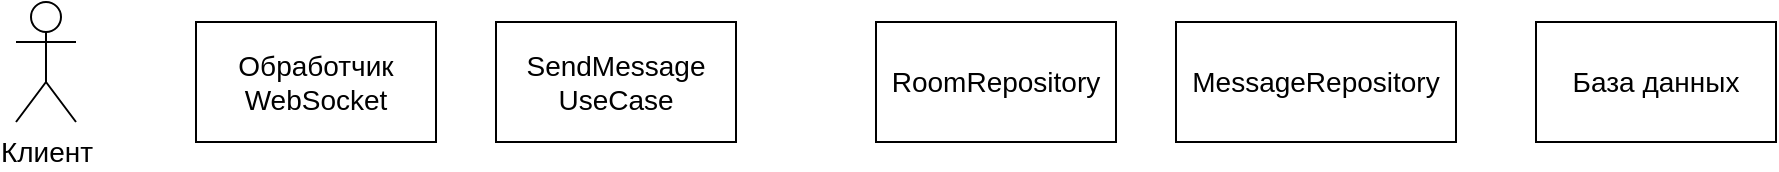
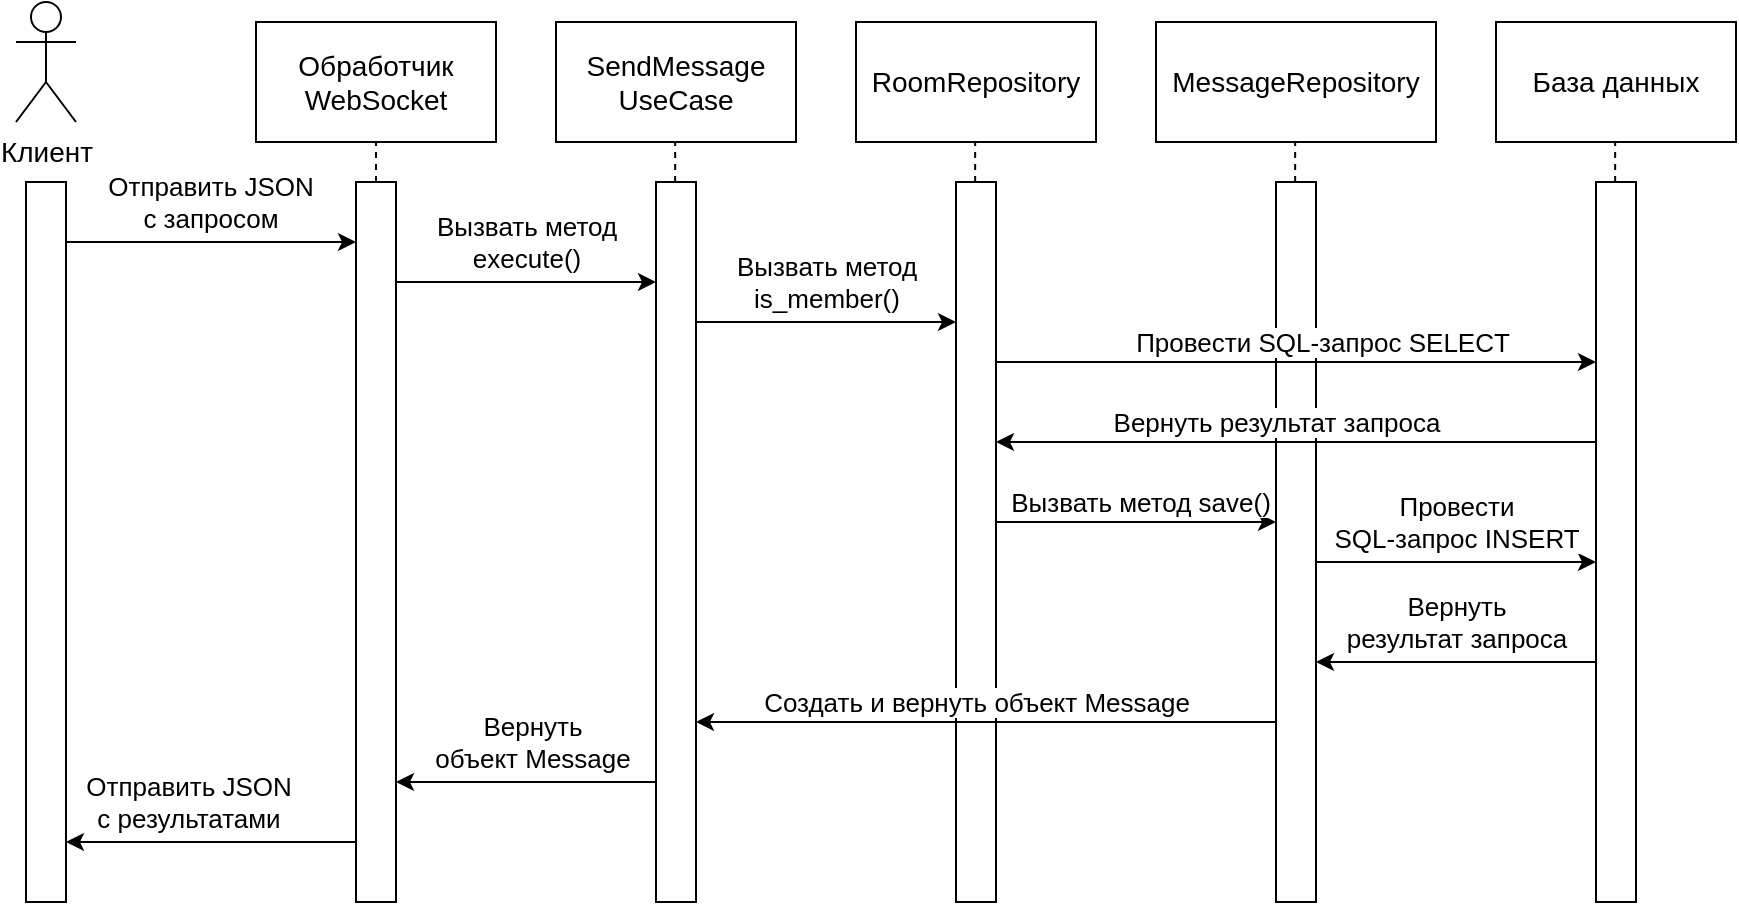
<mxfile host="app.diagrams.net">
  <diagram name="Страница-1" id="XbpNu5U6bqvW7mo9JYFq">
-     <mxGraphModel dx="1486" dy="1040" grid="1" gridSize="10" guides="1" tooltips="1" connect="1" arrows="1" fold="1" page="1" pageScale="1" pageWidth="827" pageHeight="1169" math="0" shadow="0">
+     <mxGraphModel dx="1238" dy="867" grid="1" gridSize="10" guides="1" tooltips="1" connect="1" arrows="1" fold="1" page="1" pageScale="1" pageWidth="827" pageHeight="1169" math="0" shadow="0">
      <root>
        <mxCell id="0" />
        <mxCell id="1" parent="0" />
        <mxCell id="d_I-7hrXXHyeHS2PV22l-1" parent="1" style="shape=umlActor;verticalLabelPosition=bottom;verticalAlign=top;html=1;outlineConnect=0;" value="&lt;font style=&quot;font-size: 14px;&quot;&gt;Клиент&lt;/font&gt;" vertex="1">
-           <mxGeometry height="60" width="30" x="100" y="70" as="geometry" />
+           <mxGeometry height="60" width="30" x="70" y="70" as="geometry" />
        </mxCell>
        <mxCell id="d_I-7hrXXHyeHS2PV22l-2" parent="1" style="rounded=0;whiteSpace=wrap;html=1;" value="&lt;font style=&quot;font-size: 14px;&quot;&gt;Обработчик WebSocket&lt;/font&gt;" vertex="1">
          <mxGeometry height="60" width="120" x="190" y="80" as="geometry" />
        </mxCell>
        <mxCell id="d_I-7hrXXHyeHS2PV22l-4" parent="1" style="rounded=0;whiteSpace=wrap;html=1;" value="&lt;font style=&quot;font-size: 14px;&quot;&gt;SendMessage UseCase&lt;/font&gt;" vertex="1">
          <mxGeometry height="60" width="120" x="340" y="80" as="geometry" />
        </mxCell>
        <mxCell id="d_I-7hrXXHyeHS2PV22l-5" parent="1" style="rounded=0;whiteSpace=wrap;html=1;" value="&lt;font style=&quot;font-size: 14px;&quot;&gt;RoomRepository&lt;/font&gt;" vertex="1">
-           <mxGeometry height="60" width="120" x="530" y="80" as="geometry" />
+           <mxGeometry height="60" width="120" x="490" y="80" as="geometry" />
        </mxCell>
        <mxCell id="d_I-7hrXXHyeHS2PV22l-7" parent="1" style="rounded=0;whiteSpace=wrap;html=1;" value="&lt;font style=&quot;font-size: 14px;&quot;&gt;MessageRepository&lt;/font&gt;" vertex="1">
-           <mxGeometry height="60" width="140" x="680" y="80" as="geometry" />
+           <mxGeometry height="60" width="140" x="640" y="80" as="geometry" />
        </mxCell>
        <mxCell id="d_I-7hrXXHyeHS2PV22l-8" parent="1" style="rounded=0;whiteSpace=wrap;html=1;" value="&lt;font style=&quot;font-size: 14px;&quot;&gt;База данных&lt;/font&gt;" vertex="1">
-           <mxGeometry height="60" width="120" x="860" y="80" as="geometry" />
+           <mxGeometry height="60" width="120" x="810" y="80" as="geometry" />
+         </mxCell>
+         <mxCell id="d_I-7hrXXHyeHS2PV22l-11" parent="1" style="rounded=0;whiteSpace=wrap;html=1;" value="" vertex="1">
+           <mxGeometry height="360" width="20" x="75" y="160" as="geometry" />
+         </mxCell>
+         <mxCell id="d_I-7hrXXHyeHS2PV22l-41" edge="1" parent="1" source="d_I-7hrXXHyeHS2PV22l-12" style="edgeStyle=orthogonalEdgeStyle;rounded=0;orthogonalLoop=1;jettySize=auto;html=1;exitX=0.5;exitY=0;exitDx=0;exitDy=0;entryX=0.5;entryY=1;entryDx=0;entryDy=0;endArrow=none;endFill=0;dashed=1;" target="d_I-7hrXXHyeHS2PV22l-2">
+           <mxGeometry relative="1" as="geometry" />
+         </mxCell>
+         <mxCell id="d_I-7hrXXHyeHS2PV22l-12" parent="1" style="rounded=0;whiteSpace=wrap;html=1;" value="" vertex="1">
+           <mxGeometry height="360" width="20" x="240" y="160" as="geometry" />
+         </mxCell>
+         <mxCell id="d_I-7hrXXHyeHS2PV22l-13" edge="1" parent="1" style="endArrow=classic;html=1;rounded=0;" value="">
+           <mxGeometry height="50" relative="1" width="50" as="geometry">
+             <mxPoint x="95" y="190" as="sourcePoint" />
+             <mxPoint x="240" y="190" as="targetPoint" />
+           </mxGeometry>
+         </mxCell>
+         <mxCell id="d_I-7hrXXHyeHS2PV22l-14" connectable="0" parent="d_I-7hrXXHyeHS2PV22l-13" style="edgeLabel;html=1;align=center;verticalAlign=middle;resizable=0;points=[];" value="&lt;font style=&quot;font-size: 13px;&quot;&gt;Отправить JSON&lt;/font&gt;&lt;div&gt;&lt;font style=&quot;font-size: 13px;&quot;&gt;с запросом&lt;/font&gt;&lt;/div&gt;" vertex="1">
+           <mxGeometry relative="1" x="0.1304" y="-4" as="geometry">
+             <mxPoint x="-10" y="-24" as="offset" />
+           </mxGeometry>
+         </mxCell>
+         <mxCell id="d_I-7hrXXHyeHS2PV22l-16" parent="1" style="rounded=0;whiteSpace=wrap;html=1;" value="" vertex="1">
+           <mxGeometry height="360" width="20" x="390" y="160" as="geometry" />
+         </mxCell>
+         <mxCell id="d_I-7hrXXHyeHS2PV22l-17" parent="1" style="rounded=0;whiteSpace=wrap;html=1;" value="" vertex="1">
+           <mxGeometry height="360" width="20" x="540" y="160" as="geometry" />
+         </mxCell>
+         <mxCell id="d_I-7hrXXHyeHS2PV22l-18" parent="1" style="rounded=0;whiteSpace=wrap;html=1;" value="" vertex="1">
+           <mxGeometry height="360" width="20" x="700" y="160" as="geometry" />
+         </mxCell>
+         <mxCell id="d_I-7hrXXHyeHS2PV22l-19" parent="1" style="rounded=0;whiteSpace=wrap;html=1;" value="" vertex="1">
+           <mxGeometry height="360" width="20" x="860" y="160" as="geometry" />
+         </mxCell>
+         <mxCell id="d_I-7hrXXHyeHS2PV22l-20" edge="1" parent="1" style="endArrow=classic;html=1;rounded=0;" value="">
+           <mxGeometry height="50" relative="1" width="50" as="geometry">
+             <mxPoint x="260" y="210" as="sourcePoint" />
+             <mxPoint x="390" y="210" as="targetPoint" />
+           </mxGeometry>
+         </mxCell>
+         <mxCell id="d_I-7hrXXHyeHS2PV22l-21" connectable="0" parent="d_I-7hrXXHyeHS2PV22l-20" style="edgeLabel;html=1;align=center;verticalAlign=middle;resizable=0;points=[];" value="&lt;font style=&quot;font-size: 13px;&quot;&gt;Вызвать&amp;nbsp;&lt;/font&gt;&lt;span style=&quot;font-size: 13px; background-color: light-dark(#ffffff, var(--ge-dark-color, #121212)); color: light-dark(rgb(0, 0, 0), rgb(255, 255, 255));&quot;&gt;метод&lt;/span&gt;&lt;div&gt;&lt;font style=&quot;font-size: 13px;&quot;&gt;execute()&lt;/font&gt;&lt;/div&gt;" vertex="1">
+           <mxGeometry relative="1" x="0.1304" y="-4" as="geometry">
+             <mxPoint x="-9" y="-24" as="offset" />
+           </mxGeometry>
+         </mxCell>
+         <mxCell id="d_I-7hrXXHyeHS2PV22l-22" edge="1" parent="1" style="endArrow=classic;html=1;rounded=0;" value="">
+           <mxGeometry height="50" relative="1" width="50" as="geometry">
+             <mxPoint x="560" y="250" as="sourcePoint" />
+             <mxPoint x="860" y="250" as="targetPoint" />
+           </mxGeometry>
+         </mxCell>
+         <mxCell id="d_I-7hrXXHyeHS2PV22l-23" connectable="0" parent="d_I-7hrXXHyeHS2PV22l-22" style="edgeLabel;html=1;align=center;verticalAlign=middle;resizable=0;points=[];" value="&lt;span style=&quot;font-size: 13px;&quot;&gt;Провести&amp;nbsp;&lt;/span&gt;&lt;span style=&quot;background-color: light-dark(#ffffff, var(--ge-dark-color, #121212)); color: light-dark(rgb(0, 0, 0), rgb(255, 255, 255)); font-size: 13px;&quot;&gt;SQL-запрос&amp;nbsp;&lt;/span&gt;&lt;span style=&quot;color: light-dark(rgb(0, 0, 0), rgb(255, 255, 255)); font-size: 13px; background-color: light-dark(#ffffff, var(--ge-dark-color, #121212));&quot;&gt;SELECT&lt;/span&gt;" vertex="1">
+           <mxGeometry relative="1" x="0.1304" y="-4" as="geometry">
+             <mxPoint x="-7" y="-14" as="offset" />
+           </mxGeometry>
+         </mxCell>
+         <mxCell id="d_I-7hrXXHyeHS2PV22l-24" edge="1" parent="1" style="endArrow=classic;html=1;rounded=0;" value="">
+           <mxGeometry height="50" relative="1" width="50" as="geometry">
+             <mxPoint x="410" y="230" as="sourcePoint" />
+             <mxPoint x="540" y="230" as="targetPoint" />
+           </mxGeometry>
+         </mxCell>
+         <mxCell id="d_I-7hrXXHyeHS2PV22l-25" connectable="0" parent="d_I-7hrXXHyeHS2PV22l-24" style="edgeLabel;html=1;align=center;verticalAlign=middle;resizable=0;points=[];" value="&lt;font style=&quot;font-size: 13px;&quot;&gt;Вызвать&amp;nbsp;&lt;/font&gt;&lt;span style=&quot;font-size: 13px; background-color: light-dark(#ffffff, var(--ge-dark-color, #121212)); color: light-dark(rgb(0, 0, 0), rgb(255, 255, 255));&quot;&gt;метод&lt;/span&gt;&lt;div&gt;&lt;font style=&quot;font-size: 13px;&quot;&gt;is_member()&lt;/font&gt;&lt;/div&gt;" vertex="1">
+           <mxGeometry relative="1" x="0.1304" y="-4" as="geometry">
+             <mxPoint x="-9" y="-24" as="offset" />
+           </mxGeometry>
+         </mxCell>
+         <mxCell id="d_I-7hrXXHyeHS2PV22l-26" edge="1" parent="1" style="endArrow=classic;html=1;rounded=0;" value="">
+           <mxGeometry height="50" relative="1" width="50" as="geometry">
+             <mxPoint x="860" y="290" as="sourcePoint" />
+             <mxPoint x="560" y="290" as="targetPoint" />
+           </mxGeometry>
+         </mxCell>
+         <mxCell id="d_I-7hrXXHyeHS2PV22l-27" connectable="0" parent="d_I-7hrXXHyeHS2PV22l-26" style="edgeLabel;html=1;align=center;verticalAlign=middle;resizable=0;points=[];" value="&lt;span style=&quot;font-size: 13px;&quot;&gt;Вернуть результат запроса&lt;/span&gt;" vertex="1">
+           <mxGeometry relative="1" x="0.1304" y="-4" as="geometry">
+             <mxPoint x="9" y="-6" as="offset" />
+           </mxGeometry>
+         </mxCell>
+         <mxCell id="d_I-7hrXXHyeHS2PV22l-28" edge="1" parent="1" style="endArrow=classic;html=1;rounded=0;" value="">
+           <mxGeometry height="50" relative="1" width="50" as="geometry">
+             <mxPoint x="560" y="330" as="sourcePoint" />
+             <mxPoint x="700" y="330" as="targetPoint" />
+           </mxGeometry>
+         </mxCell>
+         <mxCell id="d_I-7hrXXHyeHS2PV22l-29" connectable="0" parent="d_I-7hrXXHyeHS2PV22l-28" style="edgeLabel;html=1;align=center;verticalAlign=middle;resizable=0;points=[];" value="&lt;span style=&quot;font-size: 13px;&quot;&gt;Вызвать метод save()&lt;/span&gt;" vertex="1">
+           <mxGeometry relative="1" x="0.1304" y="-4" as="geometry">
+             <mxPoint x="-7" y="-14" as="offset" />
+           </mxGeometry>
+         </mxCell>
+         <mxCell id="d_I-7hrXXHyeHS2PV22l-32" edge="1" parent="1" style="endArrow=classic;html=1;rounded=0;" value="">
+           <mxGeometry height="50" relative="1" width="50" as="geometry">
+             <mxPoint x="720" y="350" as="sourcePoint" />
+             <mxPoint x="860" y="350" as="targetPoint" />
+           </mxGeometry>
+         </mxCell>
+         <mxCell id="d_I-7hrXXHyeHS2PV22l-33" connectable="0" parent="d_I-7hrXXHyeHS2PV22l-32" style="edgeLabel;html=1;align=center;verticalAlign=middle;resizable=0;points=[];" value="&lt;span style=&quot;font-size: 13px;&quot;&gt;Провести&lt;/span&gt;&lt;div&gt;&lt;span style=&quot;background-color: light-dark(#ffffff, var(--ge-dark-color, #121212)); color: light-dark(rgb(0, 0, 0), rgb(255, 255, 255)); font-size: 13px;&quot;&gt;SQL-запрос&amp;nbsp;&lt;/span&gt;&lt;span style=&quot;background-color: light-dark(#ffffff, var(--ge-dark-color, #121212)); color: light-dark(rgb(0, 0, 0), rgb(255, 255, 255)); font-size: 13px;&quot;&gt;INSERT&lt;/span&gt;&lt;/div&gt;" vertex="1">
+           <mxGeometry relative="1" x="0.1304" y="-4" as="geometry">
+             <mxPoint x="-9" y="-24" as="offset" />
+           </mxGeometry>
+         </mxCell>
+         <mxCell id="d_I-7hrXXHyeHS2PV22l-34" edge="1" parent="1" style="endArrow=classic;html=1;rounded=0;" value="">
+           <mxGeometry height="50" relative="1" width="50" as="geometry">
+             <mxPoint x="860" y="400" as="sourcePoint" />
+             <mxPoint x="720" y="400" as="targetPoint" />
+           </mxGeometry>
+         </mxCell>
+         <mxCell id="d_I-7hrXXHyeHS2PV22l-35" connectable="0" parent="d_I-7hrXXHyeHS2PV22l-34" style="edgeLabel;html=1;align=center;verticalAlign=middle;resizable=0;points=[];" value="&lt;span style=&quot;font-size: 13px;&quot;&gt;Вернуть&lt;/span&gt;&lt;div&gt;&lt;span style=&quot;font-size: 13px;&quot;&gt;результат запроса&lt;/span&gt;&lt;/div&gt;" vertex="1">
+           <mxGeometry relative="1" x="0.1304" y="-4" as="geometry">
+             <mxPoint x="9" y="-16" as="offset" />
+           </mxGeometry>
+         </mxCell>
+         <mxCell id="d_I-7hrXXHyeHS2PV22l-36" edge="1" parent="1" style="endArrow=classic;html=1;rounded=0;" value="">
+           <mxGeometry height="50" relative="1" width="50" as="geometry">
+             <mxPoint x="390" y="460" as="sourcePoint" />
+             <mxPoint x="260" y="460" as="targetPoint" />
+           </mxGeometry>
+         </mxCell>
+         <mxCell id="d_I-7hrXXHyeHS2PV22l-37" connectable="0" parent="d_I-7hrXXHyeHS2PV22l-36" style="edgeLabel;html=1;align=center;verticalAlign=middle;resizable=0;points=[];" value="&lt;span style=&quot;font-size: 13px;&quot;&gt;Вернуть&lt;/span&gt;&lt;div&gt;&lt;span style=&quot;font-size: 13px;&quot;&gt;объект Message&lt;/span&gt;&lt;/div&gt;" vertex="1">
+           <mxGeometry relative="1" x="0.1304" y="-4" as="geometry">
+             <mxPoint x="11" y="-16" as="offset" />
+           </mxGeometry>
+         </mxCell>
+         <mxCell id="d_I-7hrXXHyeHS2PV22l-38" edge="1" parent="1" style="endArrow=classic;html=1;rounded=0;" value="">
+           <mxGeometry height="50" relative="1" width="50" as="geometry">
+             <mxPoint x="240" y="490" as="sourcePoint" />
+             <mxPoint x="95" y="490" as="targetPoint" />
+           </mxGeometry>
+         </mxCell>
+         <mxCell id="d_I-7hrXXHyeHS2PV22l-39" connectable="0" parent="d_I-7hrXXHyeHS2PV22l-38" style="edgeLabel;html=1;align=center;verticalAlign=middle;resizable=0;points=[];" value="&lt;span style=&quot;font-size: 13px;&quot;&gt;Отправить JSON&lt;/span&gt;&lt;div&gt;&lt;span style=&quot;font-size: 13px;&quot;&gt;с результатами&lt;/span&gt;&lt;/div&gt;" vertex="1">
+           <mxGeometry relative="1" x="0.1304" y="-4" as="geometry">
+             <mxPoint x="-2" y="-16" as="offset" />
+           </mxGeometry>
+         </mxCell>
+         <mxCell id="d_I-7hrXXHyeHS2PV22l-42" edge="1" parent="1" style="edgeStyle=orthogonalEdgeStyle;rounded=0;orthogonalLoop=1;jettySize=auto;html=1;exitX=0.5;exitY=0;exitDx=0;exitDy=0;entryX=0.5;entryY=1;entryDx=0;entryDy=0;endArrow=none;endFill=0;dashed=1;">
+           <mxGeometry relative="1" as="geometry">
+             <mxPoint x="399.58" y="160" as="sourcePoint" />
+             <mxPoint x="399.58" y="140" as="targetPoint" />
+           </mxGeometry>
+         </mxCell>
+         <mxCell id="d_I-7hrXXHyeHS2PV22l-43" edge="1" parent="1" style="edgeStyle=orthogonalEdgeStyle;rounded=0;orthogonalLoop=1;jettySize=auto;html=1;exitX=0.5;exitY=0;exitDx=0;exitDy=0;entryX=0.5;entryY=1;entryDx=0;entryDy=0;endArrow=none;endFill=0;dashed=1;">
+           <mxGeometry relative="1" as="geometry">
+             <mxPoint x="549.58" y="160" as="sourcePoint" />
+             <mxPoint x="549.58" y="140" as="targetPoint" />
+           </mxGeometry>
+         </mxCell>
+         <mxCell id="d_I-7hrXXHyeHS2PV22l-44" edge="1" parent="1" style="edgeStyle=orthogonalEdgeStyle;rounded=0;orthogonalLoop=1;jettySize=auto;html=1;exitX=0.5;exitY=0;exitDx=0;exitDy=0;entryX=0.5;entryY=1;entryDx=0;entryDy=0;endArrow=none;endFill=0;dashed=1;">
+           <mxGeometry relative="1" as="geometry">
+             <mxPoint x="709.5799999999999" y="160" as="sourcePoint" />
+             <mxPoint x="709.5799999999999" y="140" as="targetPoint" />
+           </mxGeometry>
+         </mxCell>
+         <mxCell id="d_I-7hrXXHyeHS2PV22l-45" edge="1" parent="1" style="edgeStyle=orthogonalEdgeStyle;rounded=0;orthogonalLoop=1;jettySize=auto;html=1;exitX=0.5;exitY=0;exitDx=0;exitDy=0;entryX=0.5;entryY=1;entryDx=0;entryDy=0;endArrow=none;endFill=0;dashed=1;">
+           <mxGeometry relative="1" as="geometry">
+             <mxPoint x="869.5799999999999" y="160" as="sourcePoint" />
+             <mxPoint x="869.5799999999999" y="140" as="targetPoint" />
+           </mxGeometry>
+         </mxCell>
+         <mxCell id="d_I-7hrXXHyeHS2PV22l-47" edge="1" parent="1" style="endArrow=classic;html=1;rounded=0;" value="">
+           <mxGeometry height="50" relative="1" width="50" as="geometry">
+             <mxPoint x="700" y="430" as="sourcePoint" />
+             <mxPoint x="410" y="430" as="targetPoint" />
+           </mxGeometry>
+         </mxCell>
+         <mxCell id="d_I-7hrXXHyeHS2PV22l-48" connectable="0" parent="d_I-7hrXXHyeHS2PV22l-47" style="edgeLabel;html=1;align=center;verticalAlign=middle;resizable=0;points=[];" value="&lt;span style=&quot;font-size: 13px;&quot;&gt;Создать и вернуть&amp;nbsp;&lt;/span&gt;&lt;span style=&quot;font-size: 13px; background-color: light-dark(#ffffff, var(--ge-dark-color, #121212)); color: light-dark(rgb(0, 0, 0), rgb(255, 255, 255));&quot;&gt;объект Message&lt;/span&gt;" vertex="1">
+           <mxGeometry relative="1" x="0.1304" y="-4" as="geometry">
+             <mxPoint x="14" y="-6" as="offset" />
+           </mxGeometry>
        </mxCell>
      </root>
    </mxGraphModel>
  </diagram>
</mxfile>
